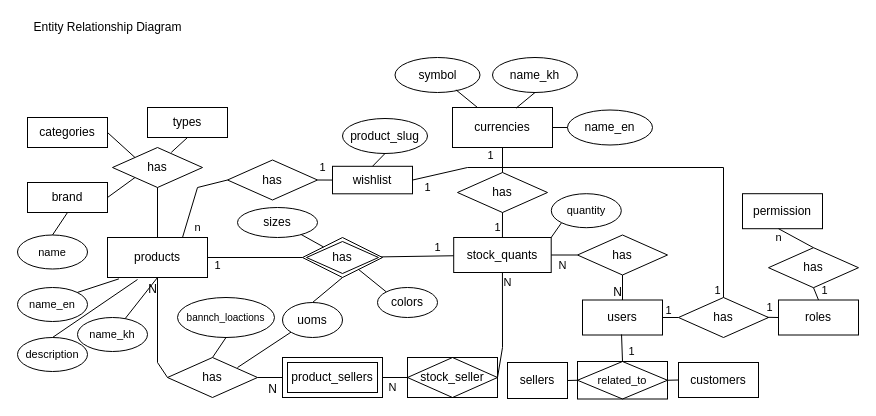
Before: page "Page-4" (4 of 5) of SeviceHandler.drawio in iphearum/Documents, a draw.io diagram. Source tidied: cells renumbered, new cells numbered last; positions are measured from the earlier drawing's top-left corner, leaving out a move shared by most shapes. Both pictures are drawn from the tidied source at 100%, with x=0, y=0 at pixel (17, 17).
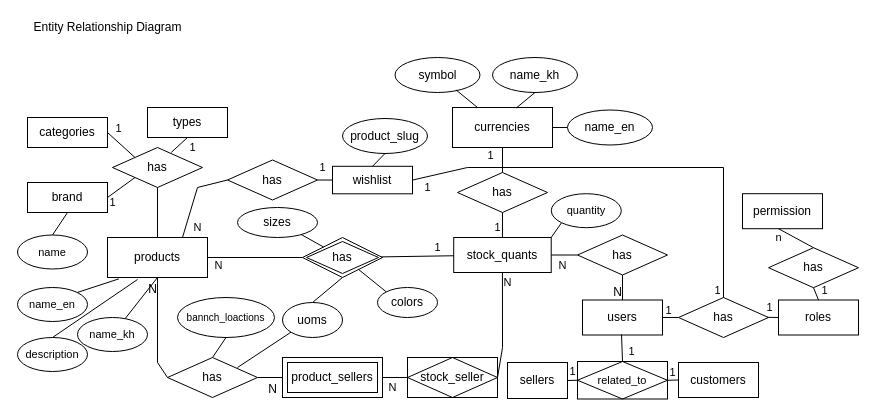
After the change.

Diff of the diagram source:
```diff
@@
-    <mxCell id="82" value="1" style="text;html=1;align=center;verticalAlign=middle;fontSize=11;" parent="1" vertex="1">
-      <mxGeometry x="190" y="237.5" width="20" height="20" as="geometry" />
+    <mxCell id="82" value="N" style="text;html=1;align=center;verticalAlign=middle;fontSize=11;" parent="1" vertex="1">
+      <mxGeometry x="192" y="239.5" width="18" height="16" as="geometry" />
     </mxCell>
@@
-    <mxCell id="86" value="n" style="text;html=1;align=center;verticalAlign=middle;fontSize=11;" parent="1" vertex="1">
-      <mxGeometry x="170" y="200" width="20" height="20" as="geometry" />
+    <mxCell id="86" value="N" style="text;html=1;align=center;verticalAlign=middle;fontSize=11;" parent="1" vertex="1">
+      <mxGeometry x="171" y="202" width="18" height="16" as="geometry" />
     </mxCell>
@@
+    <mxCell id="99" style="group;" parent="1" vertex="1">
+      <mxGeometry x="91" y="101" width="20" height="20" as="geometry" />
+    </mxCell>
+    <mxCell id="100" value="1" style="text;html=1;align=center;verticalAlign=middle;fontSize=11;" parent="99" vertex="1">
+      <mxGeometry width="20" height="20" as="geometry" />
+    </mxCell>
+    <mxCell id="101" style="group;" parent="1" vertex="1">
+      <mxGeometry x="165" y="120" width="20" height="20" as="geometry" />
+    </mxCell>
+    <mxCell id="102" value="1" style="text;html=1;align=center;verticalAlign=middle;fontSize=11;" parent="101" vertex="1">
+      <mxGeometry width="20" height="20" as="geometry" />
+    </mxCell>
+    <mxCell id="103" style="group;" parent="1" vertex="1">
+      <mxGeometry x="85" y="175" width="20" height="20" as="geometry" />
+    </mxCell>
+    <mxCell id="104" value="1" style="text;html=1;align=center;verticalAlign=middle;fontSize=11;" parent="103" vertex="1">
+      <mxGeometry width="20" height="20" as="geometry" />
+    </mxCell>
+    <mxCell id="105" value="1" style="text;html=1;align=center;verticalAlign=middle;fontSize=11;" parent="1" vertex="1">
+      <mxGeometry x="545" y="344" width="20" height="20" as="geometry" />
+    </mxCell>
+    <mxCell id="106" value="1" style="text;html=1;align=center;verticalAlign=middle;fontSize=11;" parent="1" vertex="1">
+      <mxGeometry x="645" y="345" width="20" height="20" as="geometry" />
+    </mxCell>
```
